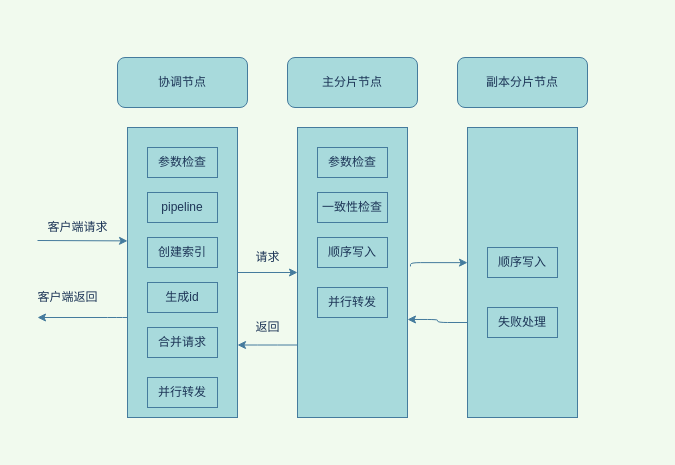
Earlier version of the draw.io diagram docs/elasticsearch/4-1、elasticsearch写入流程详情/整体写入详情流程图.drawio (ZaynJiang/ZaynJiang.github.io). Source tidied: cells renumbered, new cells numbered last; positions are measured from the earlier drawing's top-left corner, leaving out a move shared by most shapes. Both pictures are drawn from the tidied source at 100%, with x=0, y=0 at pixel (27, 57).
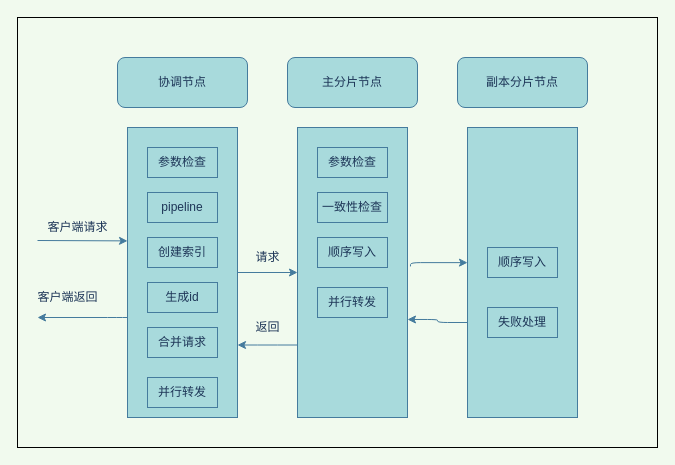
The same diagram, later.

Change to the diagram source:
```diff
@@
+    <mxCell id="30" style="rounded=0;whiteSpace=wrap;html=1;fillColor=none;" parent="1" vertex="1">
+      <mxGeometry x="-10" y="-40" width="640" height="430" as="geometry" />
+    </mxCell>
```
